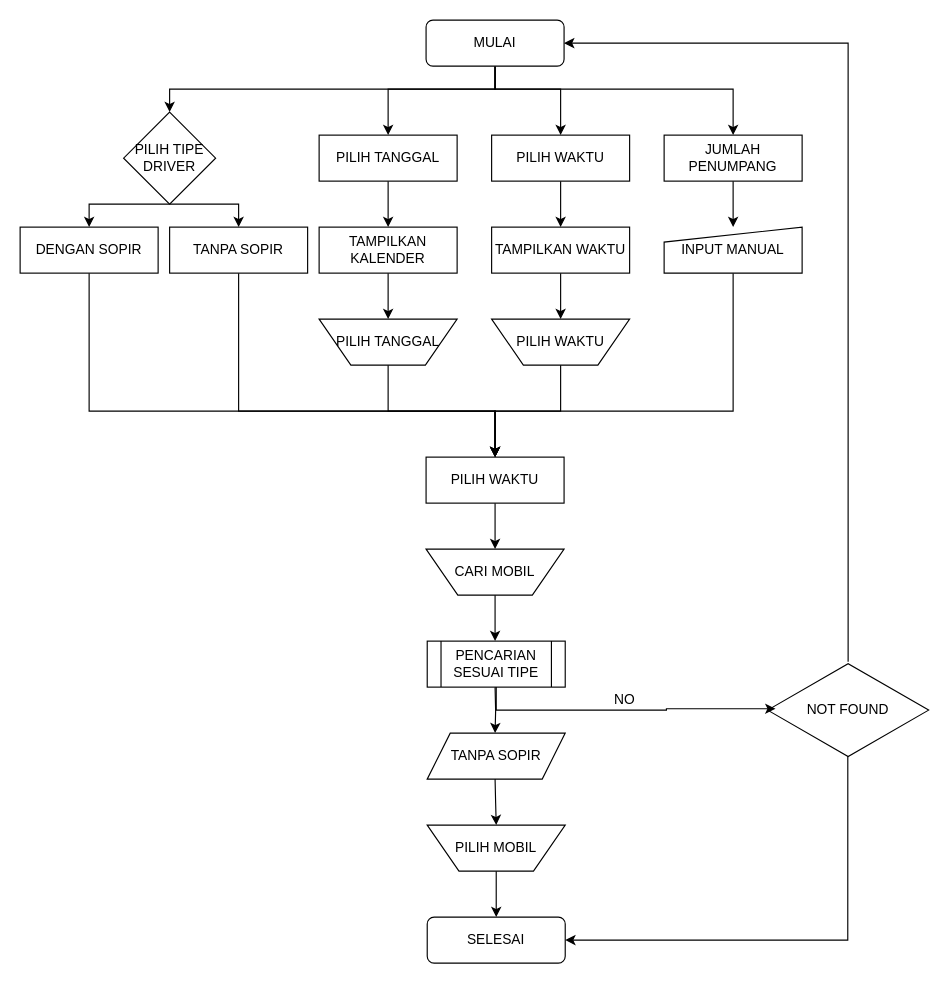
This is assets/Untitled Diagram.drawio from Genius001/training-html, a draw.io file, before an edit. Source tidied: cells renumbered, new cells numbered last; positions are measured from the earlier drawing's top-left corner, leaving out a move shared by most shapes. Both pictures are drawn from the tidied source at 115%, with x=0, y=0 at pixel (20, 20).
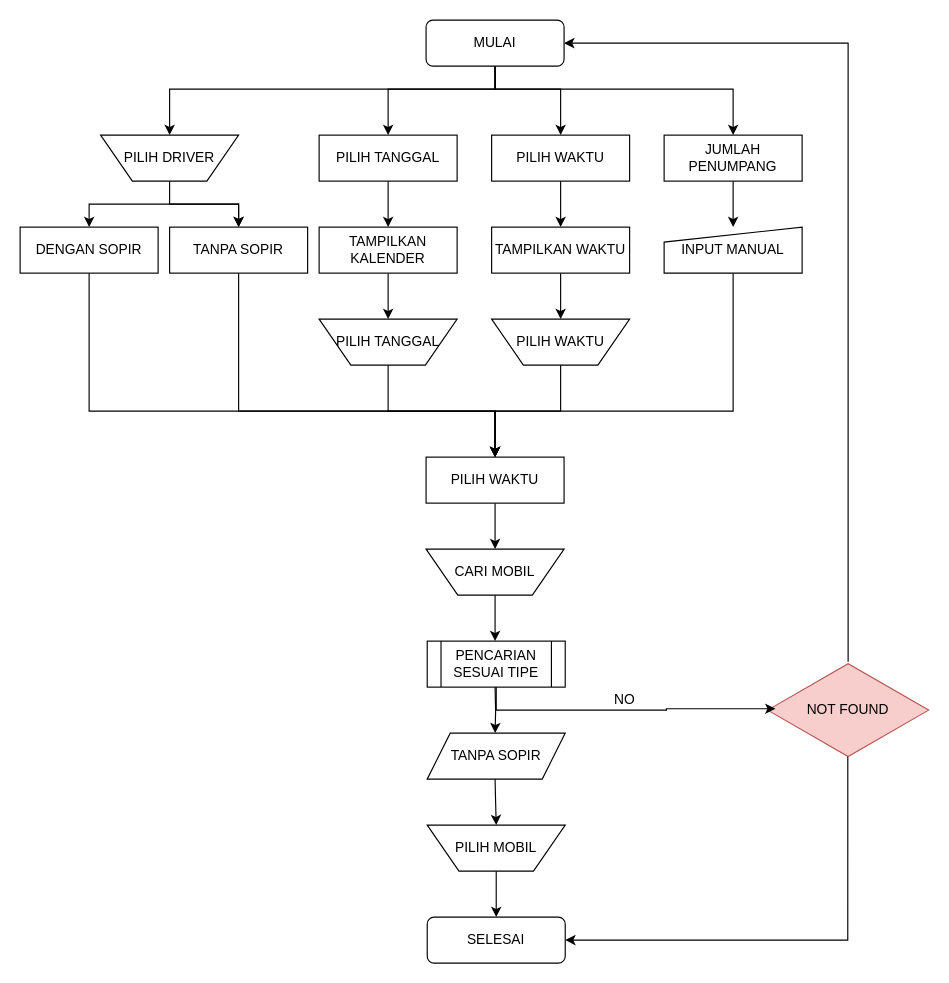
Above is the later version.

Unchanged cells that the change refers to:
```xml
<mxCell id="6" value="MULAI" style="rounded=1;whiteSpace=wrap;html=1;" parent="1" vertex="1">
  <mxGeometry x="353" width="120" height="40" as="geometry" />
</mxCell>
<mxCell id="39" value="TANPA SOPIR" style="rounded=0;whiteSpace=wrap;html=1;" parent="1" vertex="1">
  <mxGeometry x="130" y="180" width="120" height="40" as="geometry" />
</mxCell>
```

Diff of the diagram source:
```diff
@@
-    <mxCell id="2" style="edgeStyle=orthogonalEdgeStyle;rounded=0;jettySize=auto;html=1;exitX=0.5;exitY=1;exitDx=0;exitDy=0;entryX=0.5;entryY=0;entryDx=0;entryDy=0;" parent="1" edge="1" source="6" target="21">
+    <mxCell id="2" style="edgeStyle=orthogonalEdgeStyle;rounded=0;jettySize=auto;html=1;exitX=0.5;exitY=1;exitDx=0;exitDy=0;entryX=0.5;entryY=0;entryDx=0;entryDy=0;" parent="1" edge="1" source="6" target="47">
       <mxGeometry relative="1" as="geometry">
         <Array as="points">
+          <mxPoint x="413" y="60" />
           <mxPoint x="130" y="60" />
         </Array>
       </mxGeometry>
     </mxCell>
@@
-    <mxCell id="19" style="edgeStyle=orthogonalEdgeStyle;rounded=0;jettySize=auto;html=1;exitX=0.5;exitY=1;exitDx=0;exitDy=0;entryX=0.5;entryY=0;entryDx=0;entryDy=0;" parent="1" edge="1" source="21">
+    <mxCell id="19" style="edgeStyle=orthogonalEdgeStyle;rounded=0;orthogonalLoop=1;jettySize=auto;html=1;exitX=0.5;exitY=1;exitDx=0;exitDy=0;entryX=0.5;entryY=0;entryDx=0;entryDy=0;" parent="1" edge="1">
       <mxGeometry relative="1" as="geometry">
+        <mxPoint x="130" y="160" as="sourcePoint" />
         <mxPoint x="60" y="180" as="targetPoint" />
         <Array as="points">
           <mxPoint x="60" y="160" />
         </Array>
       </mxGeometry>
     </mxCell>
-    <mxCell id="20" style="edgeStyle=orthogonalEdgeStyle;rounded=0;jettySize=auto;html=1;exitX=0.5;exitY=1;exitDx=0;exitDy=0;entryX=0.5;entryY=0;entryDx=0;entryDy=0;" parent="1" edge="1" source="21" target="39">
+    <mxCell id="20" style="edgeStyle=orthogonalEdgeStyle;rounded=0;jettySize=auto;html=1;exitX=0.5;exitY=1;exitDx=0;exitDy=0;entryX=0.5;entryY=0;entryDx=0;entryDy=0;" parent="1" edge="1" target="39">
       <mxGeometry relative="1" as="geometry">
+        <mxPoint x="130" y="160" as="sourcePoint" />
         <Array as="points">
           <mxPoint x="190" y="160" />
         </Array>
       </mxGeometry>
     </mxCell>
-    <mxCell id="21" value="PILIH TIPE DRIVER" style="rhombus;whiteSpace=wrap;html=1;" parent="1" vertex="1">
-      <mxGeometry x="90" y="80" width="80" height="80" as="geometry" />
-    </mxCell>
@@
-    <mxCell id="42" value="NOT FOUND" style="html=1;whiteSpace=wrap;shape=isoRectangle;" parent="1" vertex="1">
+    <mxCell id="42" value="NOT FOUND" style="html=1;whiteSpace=wrap;shape=isoRectangle;fillColor=#f8cecc;strokeColor=#b85450;" parent="1" vertex="1">
       <mxGeometry x="650" y="558" width="140" height="84" as="geometry" />
     </mxCell>
@@
+    <mxCell id="46" style="edgeStyle=orthogonalEdgeStyle;rounded=0;jettySize=auto;html=1;exitX=0.5;exitY=1;exitDx=0;exitDy=0;entryX=0.5;entryY=0;entryDx=0;entryDy=0;" parent="1" edge="1" source="47" target="39">
+      <mxGeometry relative="1" as="geometry" />
+    </mxCell>
+    <mxCell id="47" value="PILIH DRIVER" style="verticalLabelPosition=middle;verticalAlign=middle;html=1;shape=trapezoid;perimeter=trapezoidPerimeter;whiteSpace=wrap;size=0.23;arcSize=10;flipV=1;labelPosition=center;align=center;" parent="1" vertex="1">
+      <mxGeometry x="70" y="100" width="120" height="40" as="geometry" />
+    </mxCell>
```
